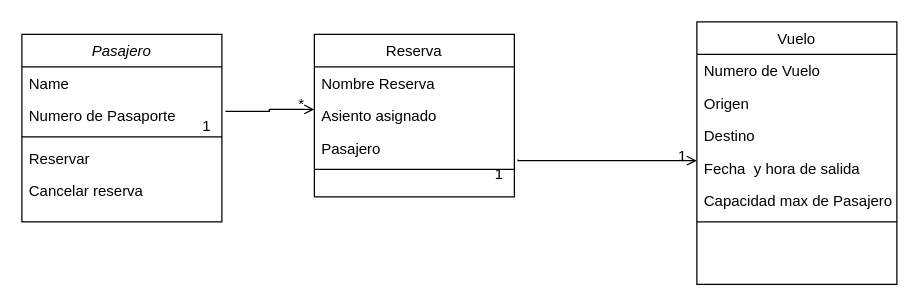
AgustinaFontana/1prueba keeps this draw.io diagram as SistemadeReservasdeVuelos.drawio. Above is the earlier version. Source tidied: cells renumbered, new cells numbered last; positions are measured from the earlier drawing's top-left corner, leaving out a move shared by most shapes. Both pictures are drawn from the tidied source at 125%, with x=0, y=0 at pixel (21, 21).
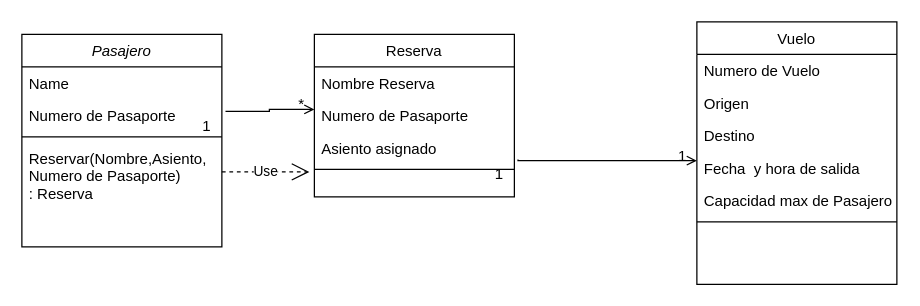
The same diagram, later.

Unchanged cells that the change refers to:
```xml
<mxCell id="15" value="Reserva" style="swimlane;fontStyle=0;align=center;verticalAlign=top;horizontal=1;startSize=26;rounded=0;shadow=0;strokeWidth=1;" parent="1" vertex="1">
  <mxGeometry x="234" y="10" width="160" height="130" as="geometry" />
</mxCell>
```

Diff of the diagram source:
```diff
@@
     <mxCell id="2" value="Pasajero" style="swimlane;fontStyle=2;align=center;verticalAlign=top;horizontal=1;startSize=26;rounded=0;shadow=0;strokeWidth=1;" parent="1" vertex="1">
-      <mxGeometry y="10" width="160" height="150" as="geometry" />
+      <mxGeometry y="10" width="160" height="170" as="geometry" />
     </mxCell>
@@
-    <mxCell id="6" value="Reservar" style="text;align=left;verticalAlign=top;spacingLeft=4;spacingRight=4;overflow=hidden;" parent="2" vertex="1">
-      <mxGeometry y="86" width="160" height="26" as="geometry" />
+    <mxCell id="6" value="Reservar(Nombre,Asiento, &#10;Numero de Pasaporte)&#10;: Reserva " style="text;align=left;verticalAlign=top;spacingLeft=4;spacingRight=4;overflow=hidden;" parent="2" vertex="1">
+      <mxGeometry y="86" width="160" height="64" as="geometry" />
     </mxCell>
-    <mxCell id="7" value="Cancelar reserva" style="text;align=left;verticalAlign=top;spacingLeft=4;spacingRight=4;overflow=hidden;" parent="2" vertex="1">
-      <mxGeometry y="112" width="160" height="26" as="geometry" />
-    </mxCell>
@@
+    <mxCell id="26" value="Numero de Pasaporte" style="text;align=left;verticalAlign=top;spacingLeft=4;spacingRight=4;overflow=hidden;rounded=0;shadow=0;html=0;" parent="15" vertex="1">
+      <mxGeometry y="52" width="160" height="26" as="geometry" />
+    </mxCell>
     <mxCell id="17" value="Asiento asignado" style="text;align=left;verticalAlign=top;spacingLeft=4;spacingRight=4;overflow=hidden;rounded=0;shadow=0;html=0;" parent="15" vertex="1">
-      <mxGeometry y="52" width="160" height="26" as="geometry" />
+      <mxGeometry y="78" width="160" height="26" as="geometry" />
     </mxCell>
-    <mxCell id="18" value="Pasajero" style="text;align=left;verticalAlign=top;spacingLeft=4;spacingRight=4;overflow=hidden;rounded=0;shadow=0;html=0;" parent="15" vertex="1">
-      <mxGeometry y="78" width="160" height="26" as="geometry" />
-    </mxCell>
@@
+    <mxCell id="27" value="Use" style="endArrow=open;endSize=12;dashed=1;html=1;rounded=0;" parent="1" edge="1">
+      <mxGeometry relative="1" as="geometry">
+        <mxPoint x="160" y="120" as="sourcePoint" />
+        <mxPoint x="230" y="120" as="targetPoint" />
+      </mxGeometry>
+    </mxCell>
```
